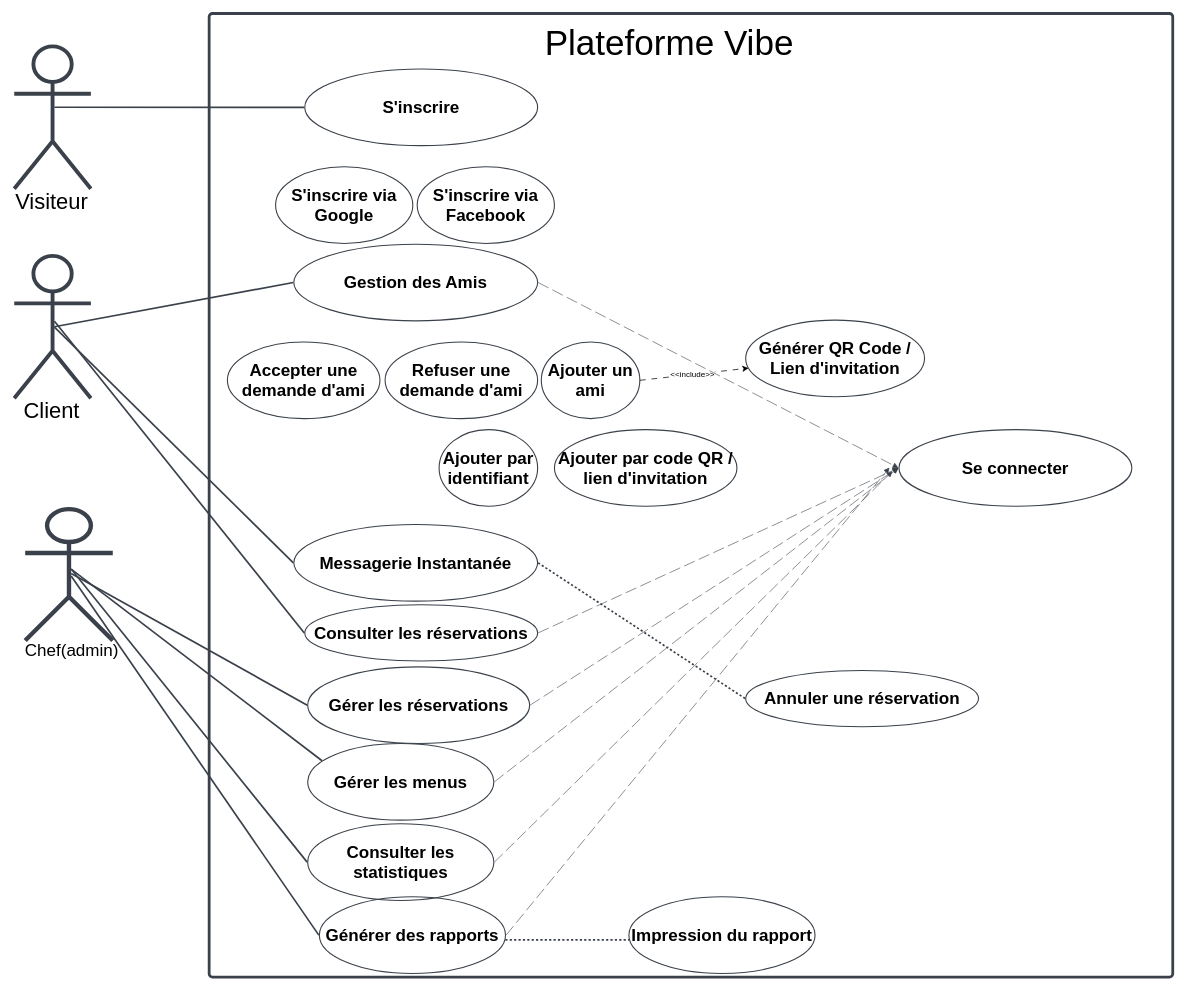
Earlier version of the draw.io diagram Diagramme sans nom.drawio (sara-boulahia32/vibe-V3). Source tidied: cells renumbered, new cells numbered last; positions are measured from the earlier drawing's top-left corner, leaving out a move shared by most shapes. Both pictures are drawn from the tidied source at 73%, with x=0, y=0 at pixel (14, 13).
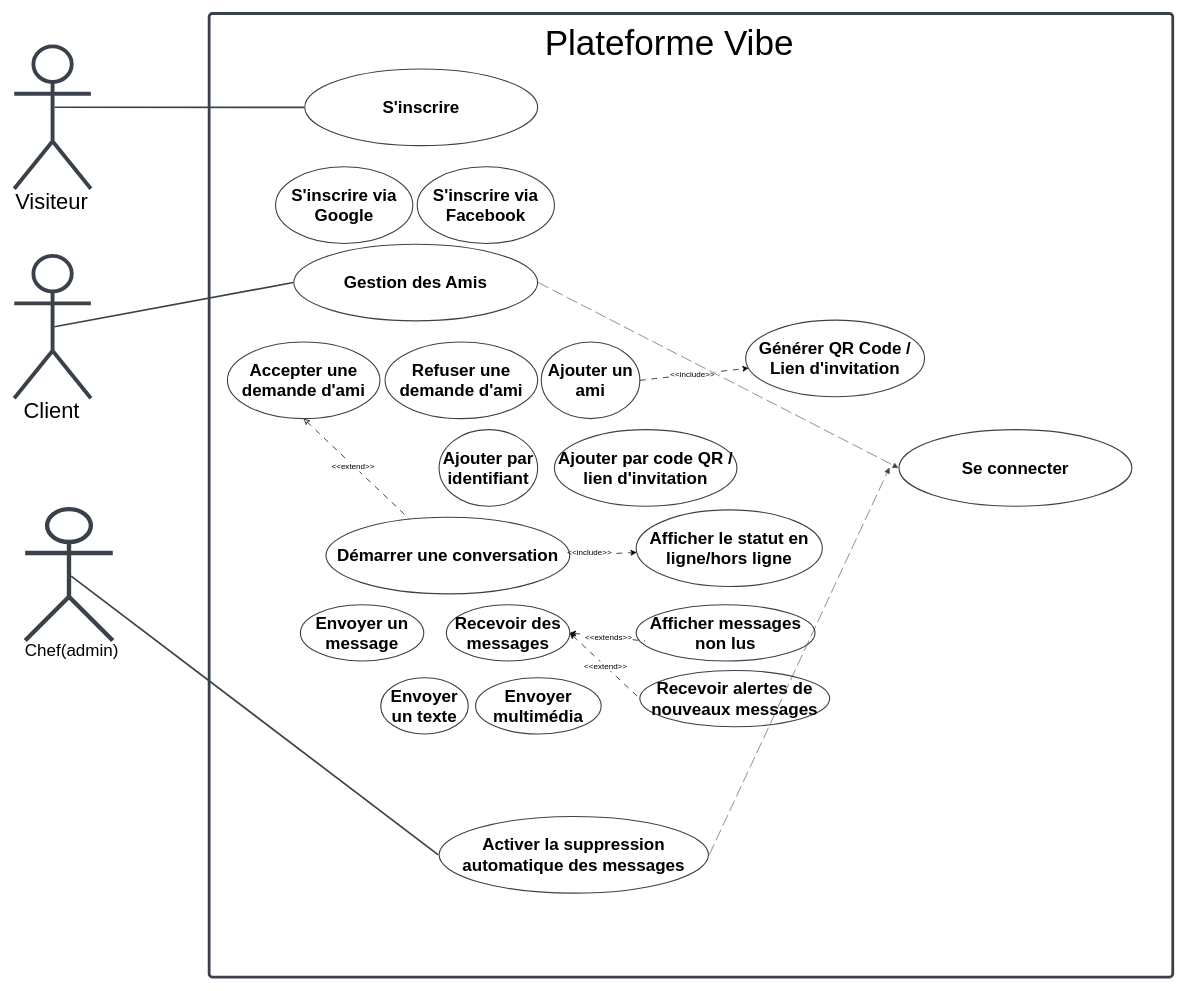
The same page after the edit.

Commit message (it also covers changes not shown here):
Mettre à jour Diagramme sans nom.drawio

The change refers to these unchanged cells:
```xml
<mxCell id="2" style="html=1;overflow=block;blockSpacing=1;whiteSpace=wrap;fontSize=40;spacing=0;verticalAlign=middle;strokeColor=#3a414a;strokeOpacity=100;fillOpacity=0;rounded=1;absoluteArcSize=1;arcSize=9;fillColor=#000000;strokeWidth=3.8;lucidId=~mSAlCwzj~NE;" parent="1" vertex="1">
  <mxGeometry x="267" width="1320" height="1320" as="geometry" />
</mxCell>
<mxCell id="8" value="Accepter une demande d'ami" style="html=1;overflow=block;blockSpacing=1;whiteSpace=wrap;ellipse;fontSize=23.3;fontStyle=1;align=center;spacing=3.8;strokeColor=#3a414a;strokeOpacity=100;fillOpacity=0;rounded=1;absoluteArcSize=1;arcSize=9;fillColor=#000000;strokeWidth=1.5;lucidId=~mSAoy~qvZ23;" parent="2" vertex="1">
  <mxGeometry x="25" y="450" width="209" height="105" as="geometry" />
</mxCell>
<mxCell id="24" value="Client" style="html=1;overflow=block;blockSpacing=1;shape=umlActor;labelPosition=center;verticalLabelPosition=bottom;verticalAlign=top;whiteSpace=nowrap;fontSize=30;spacing=0;strokeColor=#3a414a;strokeOpacity=100;fillOpacity=100;rounded=1;absoluteArcSize=1;arcSize=9;fillColor=#ffffff;strokeWidth=5.3;lucidId=~mSALE40JAP5;" parent="1" vertex="1">
  <mxGeometry y="332" width="105" height="195" as="geometry" />
</mxCell>
<mxCell id="25" value="         Chef(admin)" style="html=1;overflow=block;blockSpacing=1;shape=umlActor;labelPosition=center;verticalLabelPosition=bottom;verticalAlign=top;whiteSpace=nowrap;fontSize=23.3;align=left;spacing=0;strokeColor=#3a414a;strokeOpacity=100;fillOpacity=100;rounded=1;absoluteArcSize=1;arcSize=9;fillColor=#ffffff;strokeWidth=6;lucidId=~mSADb9ZqZSn;" parent="1" vertex="1">
  <mxGeometry x="15" y="679" width="120" height="180" as="geometry" />
</mxCell>
<mxCell id="27" value="Se connecter" style="html=1;overflow=block;blockSpacing=1;whiteSpace=wrap;ellipse;fontSize=23.3;fontStyle=1;align=center;spacing=3.8;strokeColor=#3a414a;strokeOpacity=100;fillOpacity=0;rounded=1;absoluteArcSize=1;arcSize=9;fillColor=#000000;strokeWidth=1.5;lucidId=~mSARLXHdl3R;" parent="1" vertex="1">
  <mxGeometry x="1212" y="570" width="319" height="105" as="geometry" />
</mxCell>
```

Change to the diagram source:
```diff
@@
-    <mxCell id="6" value="Consulter les réservations" style="html=1;overflow=block;blockSpacing=1;whiteSpace=wrap;ellipse;fontSize=23.3;fontStyle=1;align=center;spacing=3.8;strokeColor=#3a414a;strokeOpacity=100;fillOpacity=0;rounded=1;absoluteArcSize=1;arcSize=9;fillColor=#000000;strokeWidth=1.5;lucidId=~mSA3CYrI3wj;" parent="2" vertex="1">
-      <mxGeometry x="131" y="810" width="319" height="77" as="geometry" />
-    </mxCell>
+    <mxCell id="44" style="rounded=0;jettySize=auto;html=1;exitX=1;exitY=0.5;exitDx=0;exitDy=0;dashed=1;dashPattern=8 8;" parent="2" edge="1" source="7" target="14">
+      <mxGeometry relative="1" as="geometry" />
+    </mxCell>
+    <mxCell id="45" value="&amp;lt;&amp;lt;include&amp;gt;&amp;gt;" style="edgeLabel;html=1;align=center;verticalAlign=middle;" parent="44" vertex="1">
+      <mxGeometry x="-0.41" y="4" relative="1" as="geometry" />
+    </mxCell>
-    <mxCell id="7" value="Messagerie Instantanée" style="html=1;overflow=block;blockSpacing=1;whiteSpace=wrap;ellipse;fontSize=23.3;fontStyle=1;align=center;spacing=3.8;strokeColor=#3a414a;strokeOpacity=100;fillOpacity=0;rounded=1;absoluteArcSize=1;arcSize=9;fillColor=#000000;strokeWidth=1.5;lucidId=gsSAlLzOPal5;" parent="2" vertex="1">
-      <mxGeometry x="116" y="700" width="334" height="105" as="geometry" />
+    <mxCell id="7" value="Démarrer une conversation" style="html=1;overflow=block;blockSpacing=1;whiteSpace=wrap;ellipse;fontSize=23.3;fontStyle=1;align=center;spacing=3.8;strokeColor=#3a414a;strokeOpacity=100;fillOpacity=0;rounded=1;absoluteArcSize=1;arcSize=9;fillColor=#000000;strokeWidth=1.5;lucidId=gsSAlLzOPal5;" parent="2" vertex="1">
+      <mxGeometry x="160" y="690" width="334" height="105" as="geometry" />
     </mxCell>
+    <mxCell id="46" style="rounded=0;jettySize=auto;html=1;exitX=0.5;exitY=1;exitDx=0;exitDy=0;dashed=1;dashPattern=8 8;startArrow=classic;startFill=0;endArrow=none;" parent="2" edge="1" source="8" target="7">
+      <mxGeometry relative="1" as="geometry" />
+    </mxCell>
+    <mxCell id="47" value="&amp;lt;&amp;lt;extend&amp;gt;&amp;gt;" style="edgeLabel;html=1;align=center;verticalAlign=middle;" parent="46" vertex="1">
+      <mxGeometry x="-0.06" y="-1" relative="1" as="geometry" />
+    </mxCell>
@@
-    <mxCell id="11" value="Annuler une réservation" style="html=1;overflow=block;blockSpacing=1;whiteSpace=wrap;ellipse;fontSize=23.3;fontStyle=1;align=center;spacing=3.8;strokeColor=#3a414a;strokeOpacity=100;fillOpacity=0;rounded=1;absoluteArcSize=1;arcSize=9;fillColor=#000000;strokeWidth=1.5;lucidId=~mSAQdyymC9N;" parent="2" vertex="1">
-      <mxGeometry x="735" y="900" width="319" height="77" as="geometry" />
-    </mxCell>
-    <mxCell id="12" style="html=1;jettySize=18;whiteSpace=wrap;fontSize=13;strokeColor=#3a414a;strokeOpacity=100;dashed=1;fixDash=1;strokeWidth=2.3;rounded=0;endArrow=none;exitX=1.002;exitY=0.5;exitPerimeter=0;entryX=-0.002;entryY=0.5;entryPerimeter=0;lucidId=cDSAiPWHM.t_;" parent="2" edge="1" source="7" target="11">
-      <mxGeometry relative="1" as="geometry" />
-    </mxCell>
-    <mxCell id="13" value="Générer des rapports" style="html=1;overflow=block;blockSpacing=1;whiteSpace=wrap;ellipse;fontSize=23.3;fontStyle=1;align=center;spacing=3.8;strokeColor=#3a414a;strokeOpacity=100;fillOpacity=0;rounded=1;absoluteArcSize=1;arcSize=9;fillColor=#000000;strokeWidth=1.5;lucidId=~mSAyC2ZrvZS;" parent="2" vertex="1">
-      <mxGeometry x="151" y="1210" width="255" height="105" as="geometry" />
+    <mxCell id="13" value="Activer la suppression automatique des messages" style="html=1;overflow=block;blockSpacing=1;whiteSpace=wrap;ellipse;fontSize=23.3;fontStyle=1;align=center;spacing=3.8;strokeColor=#3a414a;strokeOpacity=100;fillOpacity=0;rounded=1;absoluteArcSize=1;arcSize=9;fillColor=#000000;strokeWidth=1.5;lucidId=~mSAyC2ZrvZS;" parent="2" vertex="1">
+      <mxGeometry x="315" y="1100" width="369" height="105" as="geometry" />
     </mxCell>
-    <mxCell id="14" value="Impression du rapport" style="html=1;overflow=block;blockSpacing=1;whiteSpace=wrap;ellipse;fontSize=23.3;fontStyle=1;align=center;spacing=3.8;strokeColor=#3a414a;strokeOpacity=100;fillOpacity=0;rounded=1;absoluteArcSize=1;arcSize=9;fillColor=#000000;strokeWidth=1.5;lucidId=pBSA6-z_cCOx;" parent="2" vertex="1">
-      <mxGeometry x="575" y="1210" width="255" height="105" as="geometry" />
+    <mxCell id="14" value="Afficher le statut en ligne/hors ligne" style="html=1;overflow=block;blockSpacing=1;whiteSpace=wrap;ellipse;fontSize=23.3;fontStyle=1;align=center;spacing=3.8;strokeColor=#3a414a;strokeOpacity=100;fillOpacity=0;rounded=1;absoluteArcSize=1;arcSize=9;fillColor=#000000;strokeWidth=1.5;lucidId=pBSA6-z_cCOx;" parent="2" vertex="1">
+      <mxGeometry x="585" y="680" width="255" height="105" as="geometry" />
     </mxCell>
-    <mxCell id="15" style="html=1;jettySize=18;whiteSpace=wrap;fontSize=13;strokeColor=#3a414a;strokeOpacity=100;dashed=1;fixDash=1;strokeWidth=2.3;rounded=0;endArrow=none;exitX=0.999;exitY=0.562;exitPerimeter=0;entryX=0.001;entryY=0.562;entryPerimeter=0;lucidId=s91G_Mvu-Avs;" parent="2" edge="1" source="13" target="14">
-      <mxGeometry relative="1" as="geometry" />
-    </mxCell>
-    <mxCell id="16" value="Consulter les statistiques" style="html=1;overflow=block;blockSpacing=1;whiteSpace=wrap;ellipse;fontSize=23.3;fontStyle=1;align=center;spacing=3.8;strokeColor=#3a414a;strokeOpacity=100;fillOpacity=0;rounded=1;absoluteArcSize=1;arcSize=9;fillColor=#000000;strokeWidth=1.5;lucidId=~mSA2vV-JqJf;" parent="2" vertex="1">
-      <mxGeometry x="135" y="1110" width="255" height="105" as="geometry" />
-    </mxCell>
-    <mxCell id="17" value="Gérer les menus" style="html=1;overflow=block;blockSpacing=1;whiteSpace=wrap;ellipse;fontSize=23.3;fontStyle=1;align=center;spacing=3.8;strokeColor=#3a414a;strokeOpacity=100;fillOpacity=0;rounded=1;absoluteArcSize=1;arcSize=9;fillColor=#000000;strokeWidth=1.5;lucidId=~mSAFxYGVeUs;" parent="2" vertex="1">
-      <mxGeometry x="135" y="1000" width="255" height="105" as="geometry" />
-    </mxCell>
-    <mxCell id="18" value="Gérer les réservations" style="html=1;overflow=block;blockSpacing=1;whiteSpace=wrap;ellipse;fontSize=23.3;fontStyle=1;align=center;spacing=3.8;strokeColor=#3a414a;strokeOpacity=100;fillOpacity=0;rounded=1;absoluteArcSize=1;arcSize=9;fillColor=#000000;strokeWidth=1.5;lucidId=~mSAthVUY_ts;" parent="2" vertex="1">
-      <mxGeometry x="135" y="895" width="304" height="105" as="geometry" />
-    </mxCell>
@@
+    <mxCell id="48" value="Envoyer un message" style="html=1;overflow=block;blockSpacing=1;whiteSpace=wrap;ellipse;fontSize=23.3;fontStyle=1;align=center;spacing=3.8;strokeColor=#3a414a;strokeOpacity=100;fillOpacity=0;rounded=1;absoluteArcSize=1;arcSize=9;fillColor=#000000;strokeWidth=1.5;lucidId=~mSA3CYrI3wj;" parent="2" vertex="1">
+      <mxGeometry x="125" y="810" width="169" height="77" as="geometry" />
+    </mxCell>
+    <mxCell id="49" style="rounded=0;jettySize=auto;html=1;exitX=1;exitY=0.5;exitDx=0;exitDy=0;entryX=0;entryY=0.5;entryDx=0;entryDy=0;endArrow=none;endFill=1;startFill=1;startArrow=classic;dashed=1;dashPattern=8 8;" parent="2" edge="1" source="51" target="55">
+      <mxGeometry relative="1" as="geometry" />
+    </mxCell>
+    <mxCell id="50" value="&amp;lt;&amp;lt;extend&amp;gt;&amp;gt;" style="edgeLabel;html=1;align=center;verticalAlign=middle;" parent="49" vertex="1">
+      <mxGeometry relative="1" as="geometry" />
+    </mxCell>
+    <mxCell id="51" value="Recevoir des messages" style="html=1;overflow=block;blockSpacing=1;whiteSpace=wrap;ellipse;fontSize=23.3;fontStyle=1;align=center;spacing=3.8;strokeColor=#3a414a;strokeOpacity=100;fillOpacity=0;rounded=1;absoluteArcSize=1;arcSize=9;fillColor=#000000;strokeWidth=1.5;lucidId=~mSA3CYrI3wj;" parent="2" vertex="1">
+      <mxGeometry x="325" y="810" width="169" height="77" as="geometry" />
+    </mxCell>
+    <mxCell id="52" value="Envoyer un texte" style="html=1;overflow=block;blockSpacing=1;whiteSpace=wrap;ellipse;fontSize=23.3;fontStyle=1;align=center;spacing=3.8;strokeColor=#3a414a;strokeOpacity=100;fillOpacity=0;rounded=1;absoluteArcSize=1;arcSize=9;fillColor=#000000;strokeWidth=1.5;lucidId=~mSA3CYrI3wj;" parent="2" vertex="1">
+      <mxGeometry x="235" y="910" width="120" height="77" as="geometry" />
+    </mxCell>
+    <mxCell id="53" value="Envoyer multimédia" style="html=1;overflow=block;blockSpacing=1;whiteSpace=wrap;ellipse;fontSize=23.3;fontStyle=1;align=center;spacing=3.8;strokeColor=#3a414a;strokeOpacity=100;fillOpacity=0;rounded=1;absoluteArcSize=1;arcSize=9;fillColor=#000000;strokeWidth=1.5;lucidId=~mSA3CYrI3wj;" parent="2" vertex="1">
+      <mxGeometry x="365" y="910" width="172" height="77" as="geometry" />
+    </mxCell>
+    <mxCell id="54" value="Afficher messages non lus" style="html=1;overflow=block;blockSpacing=1;whiteSpace=wrap;ellipse;fontSize=23.3;fontStyle=1;align=center;spacing=3.8;strokeColor=#3a414a;strokeOpacity=100;fillOpacity=0;rounded=1;absoluteArcSize=1;arcSize=9;fillColor=#000000;strokeWidth=1.5;lucidId=~mSA3CYrI3wj;" parent="2" vertex="1">
+      <mxGeometry x="585" y="810" width="245" height="77" as="geometry" />
+    </mxCell>
+    <mxCell id="55" value="Recevoir alertes de nouveaux messages" style="html=1;overflow=block;blockSpacing=1;whiteSpace=wrap;ellipse;fontSize=23.3;fontStyle=1;align=center;spacing=3.8;strokeColor=#3a414a;strokeOpacity=100;fillOpacity=0;rounded=1;absoluteArcSize=1;arcSize=9;fillColor=#000000;strokeWidth=1.5;lucidId=~mSA3CYrI3wj;" parent="2" vertex="1">
+      <mxGeometry x="590" y="900" width="260" height="77" as="geometry" />
+    </mxCell>
+    <mxCell id="56" style="rounded=0;jettySize=auto;html=1;exitX=1;exitY=0.5;exitDx=0;exitDy=0;entryX=0.05;entryY=0.645;entryDx=0;entryDy=0;entryPerimeter=0;endArrow=none;startFill=1;dashed=1;dashPattern=8 8;startArrow=classic;" parent="2" edge="1" source="51" target="54">
+      <mxGeometry relative="1" as="geometry" />
+    </mxCell>
+    <mxCell id="57" value="&amp;lt;&amp;lt;extends&amp;gt;&amp;gt;" style="edgeLabel;html=1;align=center;verticalAlign=middle;" parent="56" vertex="1">
+      <mxGeometry x="0.03" relative="1" as="geometry" />
+    </mxCell>
@@
-    <mxCell id="28" style="html=1;jettySize=18;whiteSpace=wrap;fontSize=13;strokeColor=#3a414a;strokeOpacity=100;strokeWidth=2.3;rounded=0;startArrow=none;endArrow=none;exitX=0.525;exitY=0.46;exitPerimeter=0;entryX=-0.002;entryY=0.5;entryPerimeter=0;lucidId=~mSA6748SRNw;" parent="1" edge="1" source="24" target="6">
-      <mxGeometry relative="1" as="geometry" />
-    </mxCell>
@@
-    <mxCell id="32" style="html=1;jettySize=18;whiteSpace=wrap;fontSize=13;strokeColor=#3a414a;strokeOpacity=100;strokeWidth=2.3;rounded=0;startArrow=none;endArrow=none;exitX=0.525;exitY=0.489;exitPerimeter=0;entryX=-0.002;entryY=0.5;entryPerimeter=0;lucidId=~mSA2t~4Iq2x;" parent="1" edge="1" source="25" target="18">
-      <mxGeometry relative="1" as="geometry" />
-    </mxCell>
-    <mxCell id="33" style="html=1;jettySize=18;whiteSpace=wrap;fontSize=13;strokeColor=#3a414a;strokeOpacity=100;strokeWidth=2.3;rounded=0;startArrow=none;endArrow=none;exitX=0.525;exitY=0.456;exitPerimeter=0;entryX=0.077;entryY=0.225;entryPerimeter=0;lucidId=XwSAwfboE_tV;" parent="1" edge="1" source="25" target="17">
-      <mxGeometry relative="1" as="geometry" />
-    </mxCell>
-    <mxCell id="34" style="html=1;jettySize=18;whiteSpace=wrap;fontSize=13;strokeColor=#3a414a;strokeOpacity=100;strokeWidth=2.3;rounded=0;startArrow=none;endArrow=none;exitX=0.525;exitY=0.456;exitPerimeter=0;entryX=-0.003;entryY=0.5;entryPerimeter=0;lucidId=6wSAgSvbUr-R;" parent="1" edge="1" source="25" target="16">
-      <mxGeometry relative="1" as="geometry" />
-    </mxCell>
@@
-    <mxCell id="36" style="html=1;jettySize=18;whiteSpace=wrap;fontSize=13;strokeColor=#3a414a;strokeOpacity=100;strokeWidth=2.3;rounded=0;startArrow=none;endArrow=none;exitX=0.525;exitY=0.5;exitPerimeter=0;entryX=-0.002;entryY=0.5;entryPerimeter=0;lucidId=1DSAe8HGNbSP;" parent="1" edge="1" source="24" target="7">
-      <mxGeometry relative="1" as="geometry" />
-    </mxCell>
@@
-    <mxCell id="39" style="html=1;jettySize=18;whiteSpace=wrap;fontSize=13;strokeColor=#3a414a;strokeOpacity=100;dashed=1;fixDash=1;dashPattern=16 6;strokeWidth=0.8;rounded=0;startArrow=none;endArrow=block;endFill=1;exitX=1.002;exitY=0.5;exitPerimeter=0;entryX=-0.002;entryY=0.5;entryPerimeter=0;lucidId=491GZqH~SsK-;" parent="1" edge="1" source="6" target="27">
-      <mxGeometry relative="1" as="geometry" />
-    </mxCell>
-    <mxCell id="40" style="html=1;jettySize=18;whiteSpace=wrap;fontSize=13;strokeColor=#3a414a;strokeOpacity=100;dashed=1;fixDash=1;dashPattern=16 6;strokeWidth=0.8;rounded=0;startArrow=none;endArrow=block;endFill=1;exitX=1.002;exitY=0.5;exitPerimeter=0;entryX=-0.002;entryY=0.5;entryPerimeter=0;lucidId=c-1GtrJzZYB5;" parent="1" edge="1" source="18" target="27">
-      <mxGeometry relative="1" as="geometry" />
-    </mxCell>
-    <mxCell id="41" style="html=1;jettySize=18;whiteSpace=wrap;fontSize=13;strokeColor=#3a414a;strokeOpacity=100;dashed=1;fixDash=1;dashPattern=16 6;strokeWidth=0.8;rounded=0;startArrow=none;endArrow=block;endFill=1;exitX=1.003;exitY=0.5;exitPerimeter=0;entryX=-0.002;entryY=0.5;entryPerimeter=0;lucidId=g-1Gi15g4hcb;" parent="1" edge="1" source="17" target="27">
-      <mxGeometry relative="1" as="geometry" />
-    </mxCell>
-    <mxCell id="42" style="html=1;jettySize=18;whiteSpace=wrap;fontSize=13;strokeColor=#3a414a;strokeOpacity=100;dashed=1;fixDash=1;dashPattern=16 6;strokeWidth=0.8;rounded=0;startArrow=none;endArrow=block;endFill=1;exitX=1.003;exitY=0.5;exitPerimeter=0;lucidId=l-1Gumk7pPSG;" parent="1" edge="1" source="16">
-      <mxGeometry relative="1" as="geometry">
-        <mxPoint x="1203" y="627" as="targetPoint" />
-      </mxGeometry>
-    </mxCell>
```
